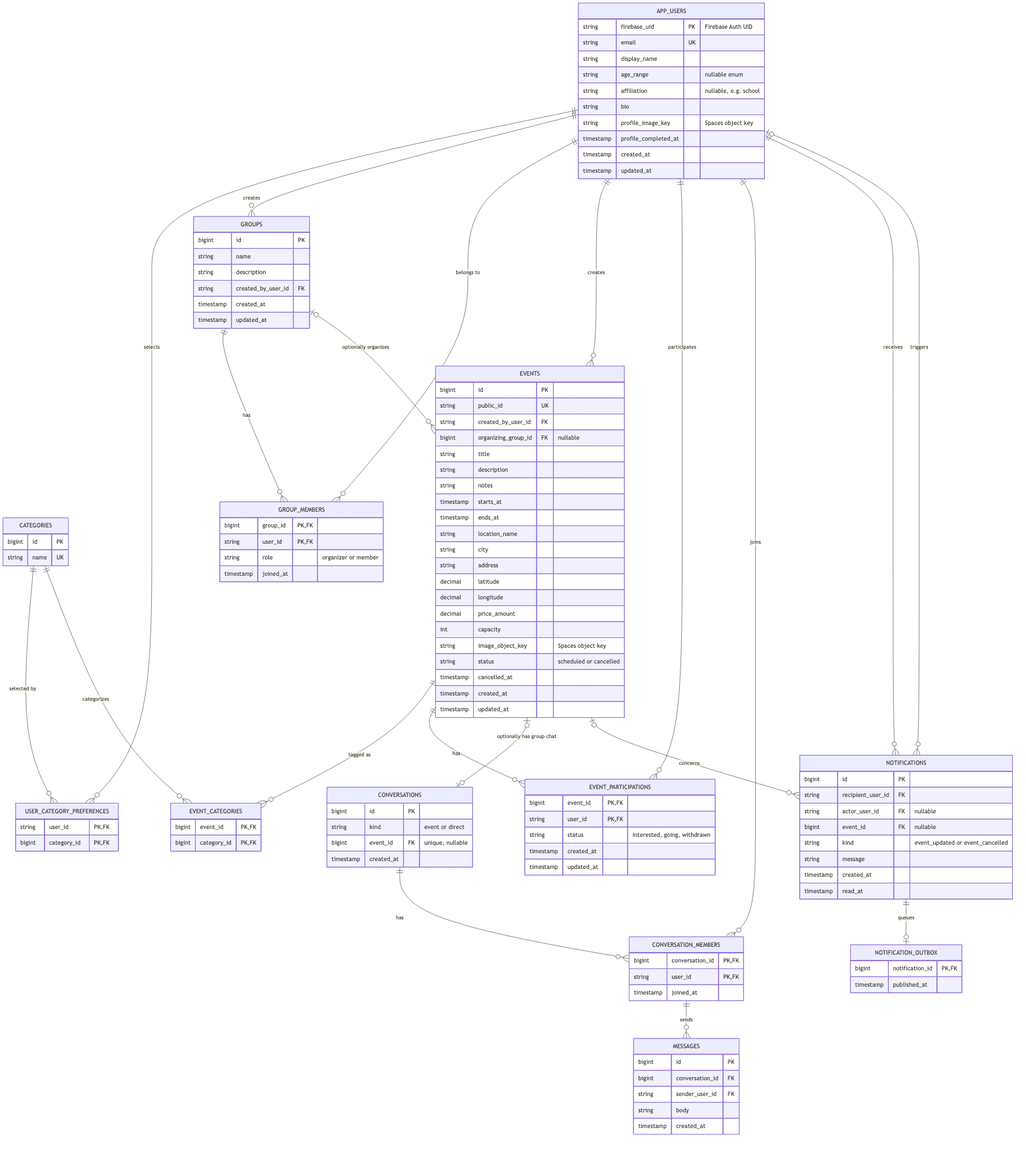
Before: images/database-erd.png, a diagram exported from Mermaid (IreneLime/event-buddy-finder). Its source is kept beside it as images/database-erd.mmd. The source it was exported from:
```mermaid
%%{init: {"er": {"fontSize": 12}}}%%
erDiagram
    APP_USERS ||--o{ USER_CATEGORY_PREFERENCES : selects
    CATEGORIES ||--o{ USER_CATEGORY_PREFERENCES : "selected by"
    APP_USERS ||--o{ GROUPS : creates
    APP_USERS ||--o{ GROUP_MEMBERS : "belongs to"
    GROUPS ||--o{ GROUP_MEMBERS : has
    APP_USERS ||--o{ EVENTS : creates
    GROUPS |o--o{ EVENTS : "optionally organizes"
    EVENTS ||--o{ EVENT_CATEGORIES : "tagged as"
    CATEGORIES ||--o{ EVENT_CATEGORIES : categorizes
    EVENTS ||--o{ EVENT_PARTICIPATIONS : has
    APP_USERS ||--o{ EVENT_PARTICIPATIONS : participates
    EVENTS |o--o| CONVERSATIONS : "optionally has group chat"
    CONVERSATIONS ||--o{ CONVERSATION_MEMBERS : has
    APP_USERS ||--o{ CONVERSATION_MEMBERS : joins
    CONVERSATION_MEMBERS ||--o{ MESSAGES : sends
    APP_USERS ||--o{ NOTIFICATIONS : receives
    APP_USERS |o--o{ NOTIFICATIONS : triggers
    EVENTS |o--o{ NOTIFICATIONS : concerns
    NOTIFICATIONS ||--o| NOTIFICATION_OUTBOX : queues

    APP_USERS {
        string firebase_uid PK "Firebase Auth UID"
        string email UK
        string display_name
        string age_range "nullable enum"
        string affiliation "nullable, e.g. school"
        string bio
        string profile_image_key "Spaces object key"
        timestamp profile_completed_at
        timestamp created_at
        timestamp updated_at
    }

    CATEGORIES {
        bigint id PK
        string name UK
    }

    USER_CATEGORY_PREFERENCES {
        string user_id PK, FK
        bigint category_id PK, FK
    }

    GROUPS {
        bigint id PK
        string name
        string description
        string created_by_user_id FK
        timestamp created_at
        timestamp updated_at
    }

    GROUP_MEMBERS {
        bigint group_id PK, FK
        string user_id PK, FK
        string role "organizer or member"
        timestamp joined_at
    }

    EVENTS {
        bigint id PK
        string public_id UK
        string created_by_user_id FK
        bigint organizing_group_id FK "nullable"
        string title
        string description
        string notes
        timestamp starts_at
        timestamp ends_at
        string location_name
        string city
        string address
        decimal latitude
        decimal longitude
        decimal price_amount
        int capacity
        string image_object_key "Spaces object key"
        string status "scheduled or cancelled"
        timestamp cancelled_at
        timestamp created_at
        timestamp updated_at
    }

    EVENT_CATEGORIES {
        bigint event_id PK, FK
        bigint category_id PK, FK
    }

    EVENT_PARTICIPATIONS {
        bigint event_id PK, FK
        string user_id PK, FK
        string status "interested, going, withdrawn"
        timestamp created_at
        timestamp updated_at
    }

    CONVERSATIONS {
        bigint id PK
        string kind "event or direct"
        bigint event_id FK "unique, nullable"
        timestamp created_at
    }

    CONVERSATION_MEMBERS {
        bigint conversation_id PK, FK
        string user_id PK, FK
        timestamp joined_at
    }

    MESSAGES {
        bigint id PK
        bigint conversation_id FK
        string sender_user_id FK
        string body
        timestamp created_at
    }

    NOTIFICATIONS {
        bigint id PK
        string recipient_user_id FK
        string actor_user_id FK "nullable"
        bigint event_id FK "nullable"
        string kind "event_updated or event_cancelled"
        string message
        timestamp created_at
        timestamp read_at
    }

    NOTIFICATION_OUTBOX {
        bigint notification_id PK, FK
        timestamp published_at
    }
```
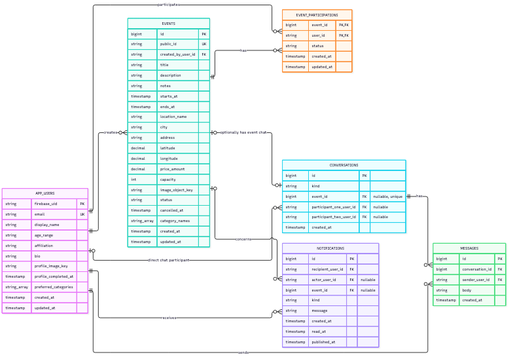
Above is the later version.

The edit, as a diff of the source:
```diff
@@ -1,69 +1,34 @@
-%%{init: {"er": {"fontSize": 12}}}%%
+%%{init: {"er": {"fontSize": 11}}}%%
 erDiagram
-    APP_USERS ||--o{ USER_CATEGORY_PREFERENCES : selects
-    CATEGORIES ||--o{ USER_CATEGORY_PREFERENCES : "selected by"
-    APP_USERS ||--o{ GROUPS : creates
-    APP_USERS ||--o{ GROUP_MEMBERS : "belongs to"
-    GROUPS ||--o{ GROUP_MEMBERS : has
+    direction LR
     APP_USERS ||--o{ EVENTS : creates
-    GROUPS |o--o{ EVENTS : "optionally organizes"
-    EVENTS ||--o{ EVENT_CATEGORIES : "tagged as"
-    CATEGORIES ||--o{ EVENT_CATEGORIES : categorizes
+    APP_USERS ||--o{ EVENT_PARTICIPATIONS : participates
     EVENTS ||--o{ EVENT_PARTICIPATIONS : has
-    APP_USERS ||--o{ EVENT_PARTICIPATIONS : participates
-    EVENTS |o--o| CONVERSATIONS : "optionally has group chat"
-    CONVERSATIONS ||--o{ CONVERSATION_MEMBERS : has
-    APP_USERS ||--o{ CONVERSATION_MEMBERS : joins
-    CONVERSATION_MEMBERS ||--o{ MESSAGES : sends
+    EVENTS |o--o| CONVERSATIONS : "optionally has event chat"
+    APP_USERS |o--o{ CONVERSATIONS : "direct chat participant"
+    CONVERSATIONS ||--o{ MESSAGES : has
+    APP_USERS ||--o{ MESSAGES : sends
     APP_USERS ||--o{ NOTIFICATIONS : receives
-    APP_USERS |o--o{ NOTIFICATIONS : triggers
     EVENTS |o--o{ NOTIFICATIONS : concerns
-    NOTIFICATIONS ||--o| NOTIFICATION_OUTBOX : queues
 
     APP_USERS {
-        string firebase_uid PK "Firebase Auth UID"
+        string firebase_uid PK
         string email UK
         string display_name
-        string age_range "nullable enum"
-        string affiliation "nullable, e.g. school"
+        string age_range
+        string affiliation
         string bio
-        string profile_image_key "Spaces object key"
+        string profile_image_key
         timestamp profile_completed_at
+        string_array preferred_categories
         timestamp created_at
         timestamp updated_at
-    }
-
-    CATEGORIES {
-        bigint id PK
-        string name UK
-    }
-
-    USER_CATEGORY_PREFERENCES {
-        string user_id PK, FK
-        bigint category_id PK, FK
-    }
-
-    GROUPS {
-        bigint id PK
-        string name
-        string description
-        string created_by_user_id FK
-        timestamp created_at
-        timestamp updated_at
-    }
-
-    GROUP_MEMBERS {
-        bigint group_id PK, FK
-        string user_id PK, FK
-        string role "organizer or member"
-        timestamp joined_at
     }
 
     EVENTS {
         bigint id PK
         string public_id UK
         string created_by_user_id FK
-        bigint organizing_group_id FK "nullable"
         string title
         string description
         string notes
@@ -76,37 +41,29 @@
         decimal longitude
         decimal price_amount
         int capacity
-        string image_object_key "Spaces object key"
-        string status "scheduled or cancelled"
+        string image_object_key
+        string status
         timestamp cancelled_at
+        string_array category_names
         timestamp created_at
         timestamp updated_at
-    }
-
-    EVENT_CATEGORIES {
-        bigint event_id PK, FK
-        bigint category_id PK, FK
     }
 
     EVENT_PARTICIPATIONS {
         bigint event_id PK, FK
         string user_id PK, FK
-        string status "interested, going, withdrawn"
+        string status
         timestamp created_at
         timestamp updated_at
     }
 
     CONVERSATIONS {
         bigint id PK
-        string kind "event or direct"
-        bigint event_id FK "unique, nullable"
+        string kind
+        bigint event_id FK "nullable, unique"
+        string participant_one_user_id FK "nullable"
+        string participant_two_user_id FK "nullable"
         timestamp created_at
-    }
-
-    CONVERSATION_MEMBERS {
-        bigint conversation_id PK, FK
-        string user_id PK, FK
-        timestamp joined_at
     }
 
     MESSAGES {
@@ -122,13 +79,9 @@
         string recipient_user_id FK
         string actor_user_id FK "nullable"
         bigint event_id FK "nullable"
-        string kind "event_updated or event_cancelled"
+        string kind
         string message
         timestamp created_at
         timestamp read_at
-    }
-
-    NOTIFICATION_OUTBOX {
-        bigint notification_id PK, FK
         timestamp published_at
     }
```
